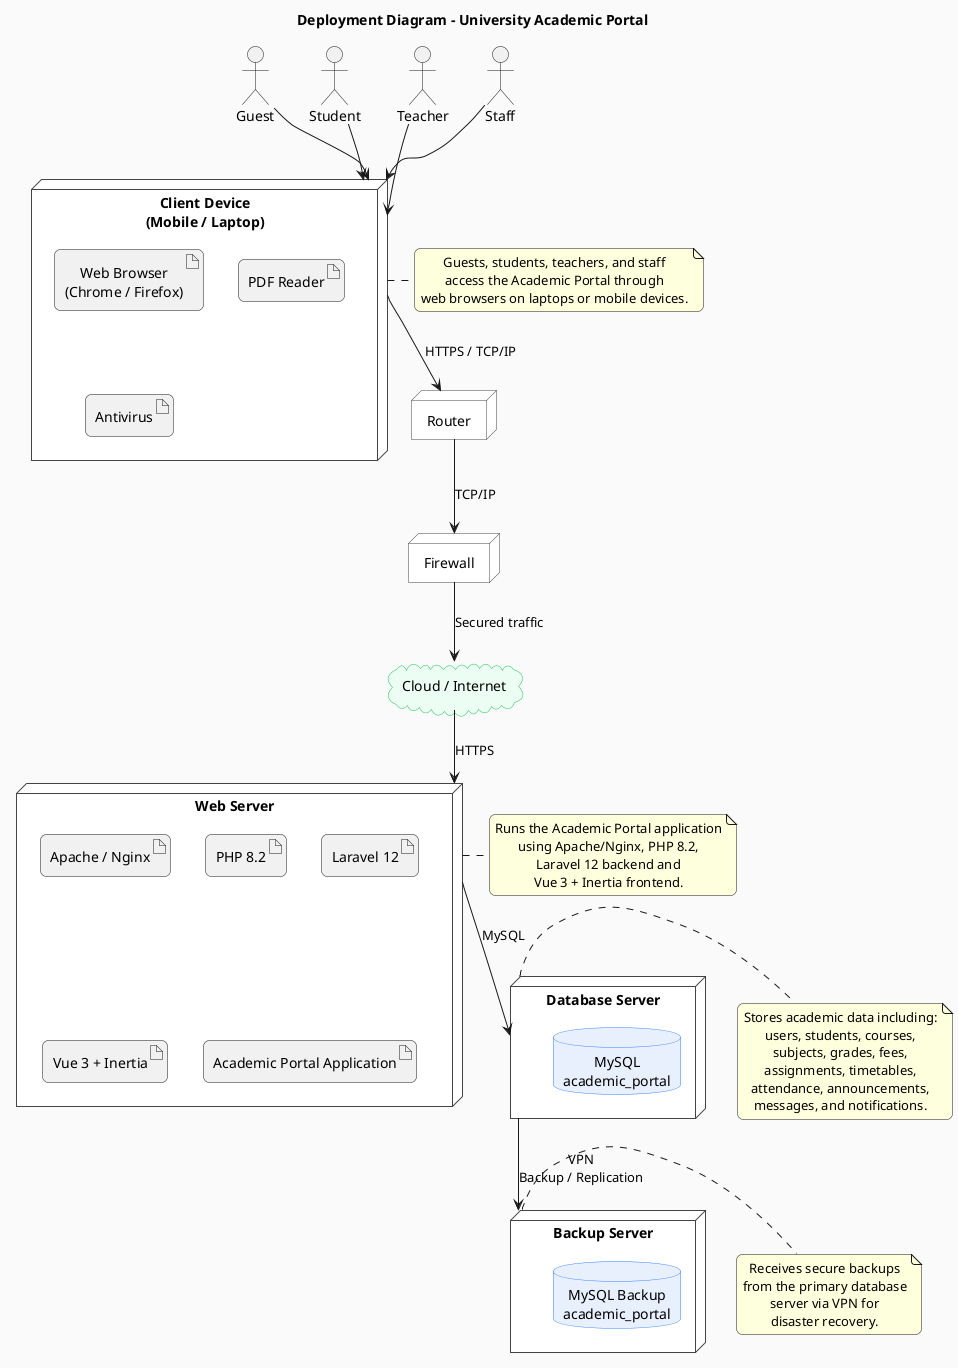
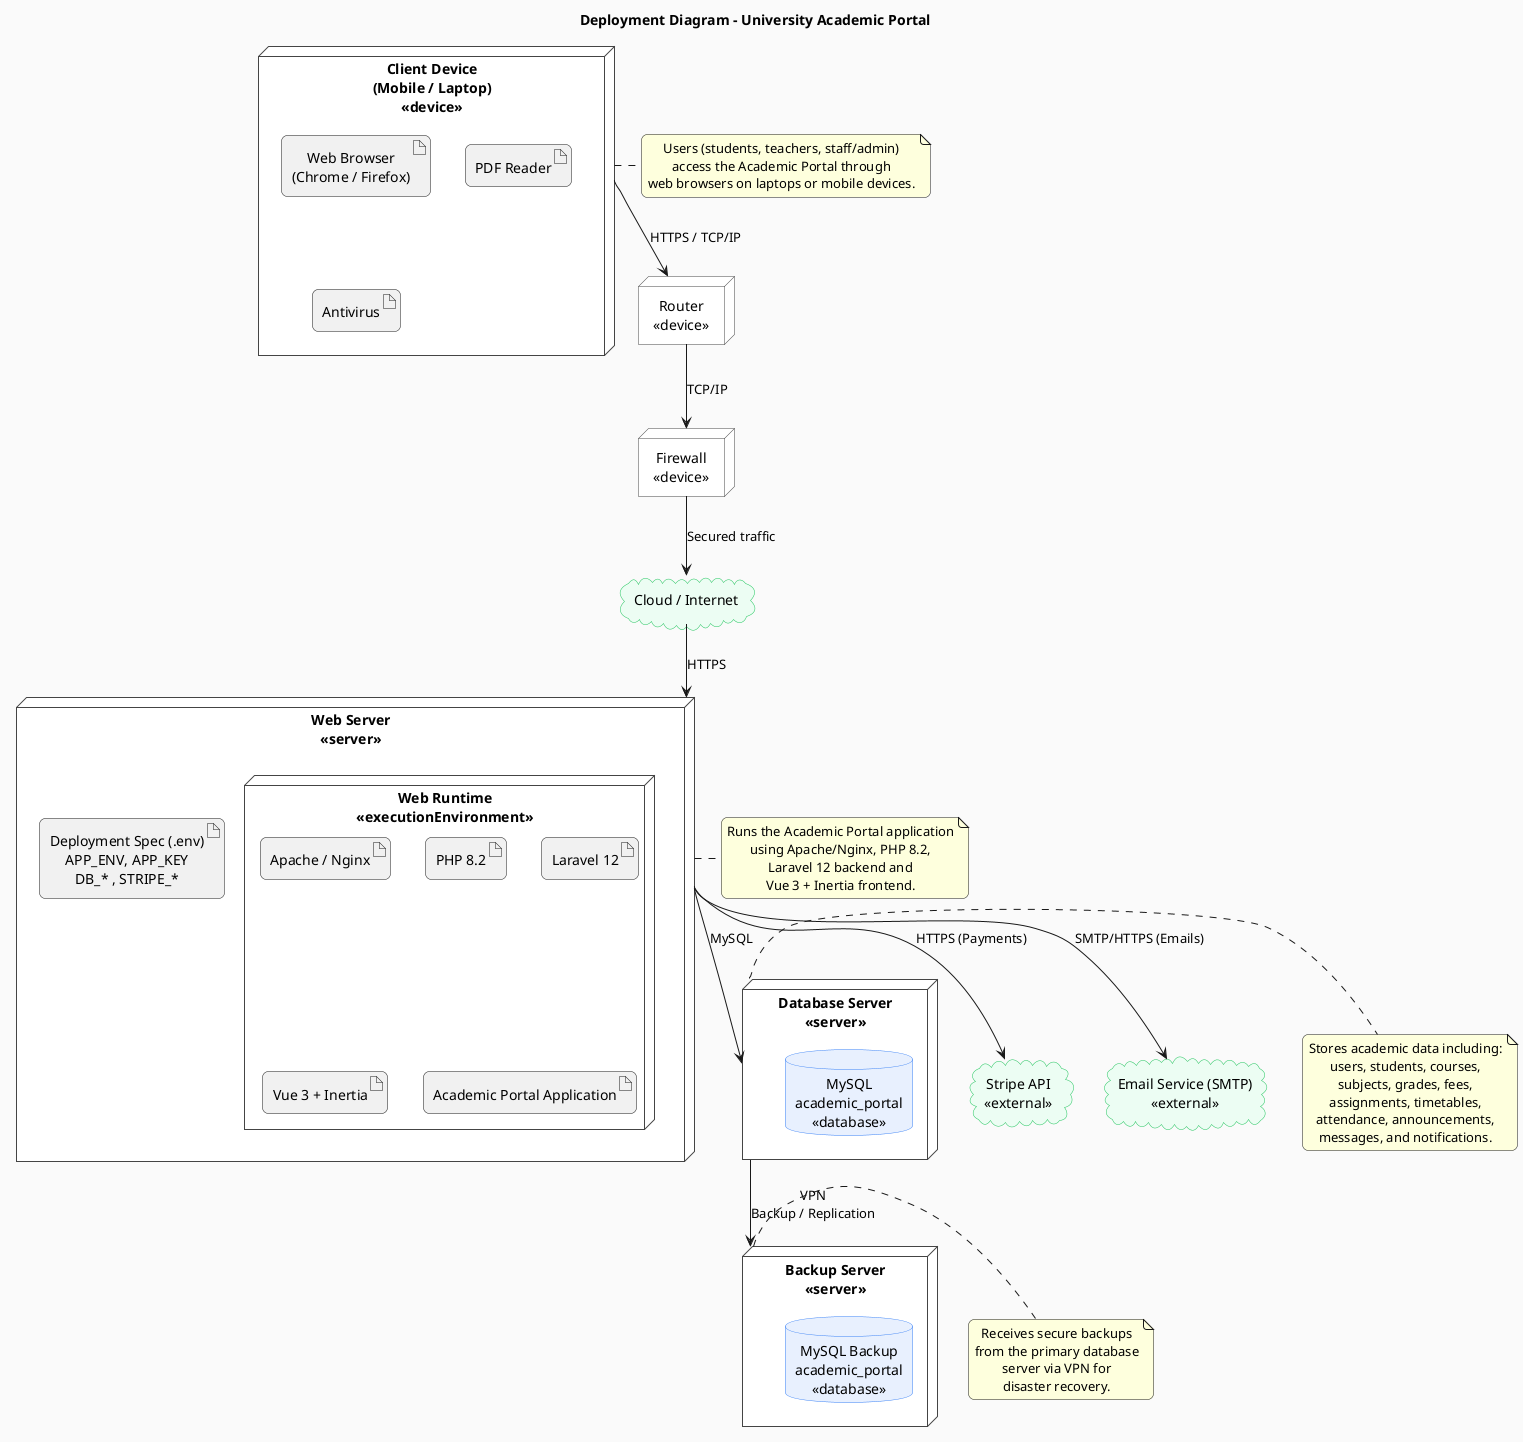
- @startuml
+ @startuml AcademicPortal_Deployment
title Deployment Diagram - University Academic Portal
top to bottom direction

skinparam shadowing false
skinparam roundcorner 12
skinparam defaultTextAlignment center
skinparam componentStyle rectangle
skinparam backgroundColor #FAFAFA

skinparam node {
  BackgroundColor white
  BorderColor #444444
}

skinparam database {
  BackgroundColor #E8F0FE
  BorderColor #3B82F6
}

skinparam cloud {
  BackgroundColor #ECFDF3
  BorderColor #22C55E
}

- actor Guest
- actor Student
- actor Teacher
- actor Staff
- 
- node "Client Device\n(Mobile / Laptop)" as Client {
+ ' ========= NODES / DEVICES =========
+ node "Client Device\n(Mobile / Laptop)\n<<device>>" as Client {
  artifact "Web Browser\n(Chrome / Firefox)"
  artifact "PDF Reader"
  artifact "Antivirus"
}

- node "Router" as Router
- node "Firewall" as Firewall
+ node "Router\n<<device>>" as Router
+ node "Firewall\n<<device>>" as Firewall
cloud "Cloud / Internet" as Internet

- node "Web Server" as WebServer {
-   artifact "Apache / Nginx"
-   artifact "PHP 8.2"
-   artifact "Laravel 12"
-   artifact "Vue 3 + Inertia"
-   artifact "Academic Portal Application"
+ node "Web Server\n<<server>>" as WebServer {
+   node "Web Runtime\n<<executionEnvironment>>" as WebRuntime {
+     artifact "Apache / Nginx"
+     artifact "PHP 8.2"
+     artifact "Laravel 12"
+     artifact "Vue 3 + Inertia"
+     artifact "Academic Portal Application"
+   }
+ 
+   artifact "Deployment Spec (.env)\nAPP_ENV, APP_KEY\nDB_* , STRIPE_*"
}

together {
-   node "Database Server" as DBServer {
-     database "MySQL\nacademic_portal"
+   node "Database Server\n<<server>>" as DBServer {
+     database "MySQL\nacademic_portal\n<<database>>"
  }

-   node "Backup Server" as BackupServer {
-     database "MySQL Backup\nacademic_portal"
+   node "Backup Server\n<<server>>" as BackupServer {
+     database "MySQL Backup\nacademic_portal\n<<database>>"
  }
}

- Guest --> Client
- Student --> Client
- Teacher --> Client
- Staff --> Client
+ cloud "Stripe API\n<<external>>" as Stripe
+ cloud "Email Service (SMTP)\n<<external>>" as Mail

Client --> Router : HTTPS / TCP/IP
Router --> Firewall : TCP/IP
Firewall --> Internet : Secured traffic
Internet --> WebServer : HTTPS

WebServer --> DBServer : MySQL
DBServer --> BackupServer : VPN\nBackup / Replication
+ WebServer --> Stripe : HTTPS (Payments)
+ WebServer --> Mail : SMTP/HTTPS (Emails)

note right of Client
- Guests, students, teachers, and staff
+ Users (students, teachers, staff/admin)
access the Academic Portal through
web browsers on laptops or mobile devices.
end note

note right of WebServer
Runs the Academic Portal application
using Apache/Nginx, PHP 8.2,
Laravel 12 backend and
Vue 3 + Inertia frontend.
end note

note right of DBServer
Stores academic data including:
users, students, courses,
subjects, grades, fees,
assignments, timetables,
attendance, announcements,
messages, and notifications.
end note

note right of BackupServer
Receives secure backups
from the primary database
server via VPN for
disaster recovery.
end note

@enduml